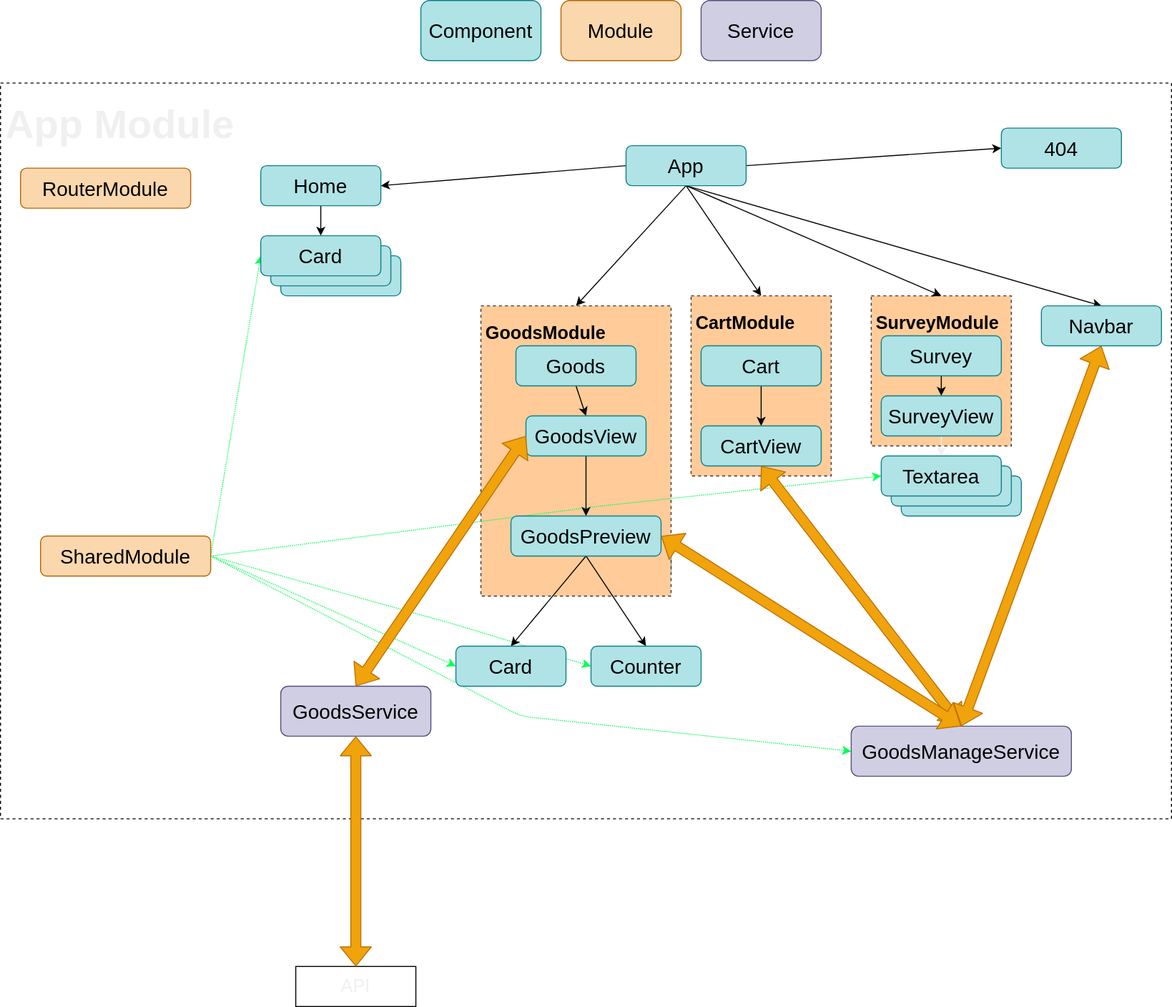
Above: demo-structure.drawio.svg in Jsyfer/angular-demo (draw.io), before the change. Source tidied: cells renumbered, new cells last; positions are measured from the earlier drawing's top-left corner, leaving out a move shared by most shapes.
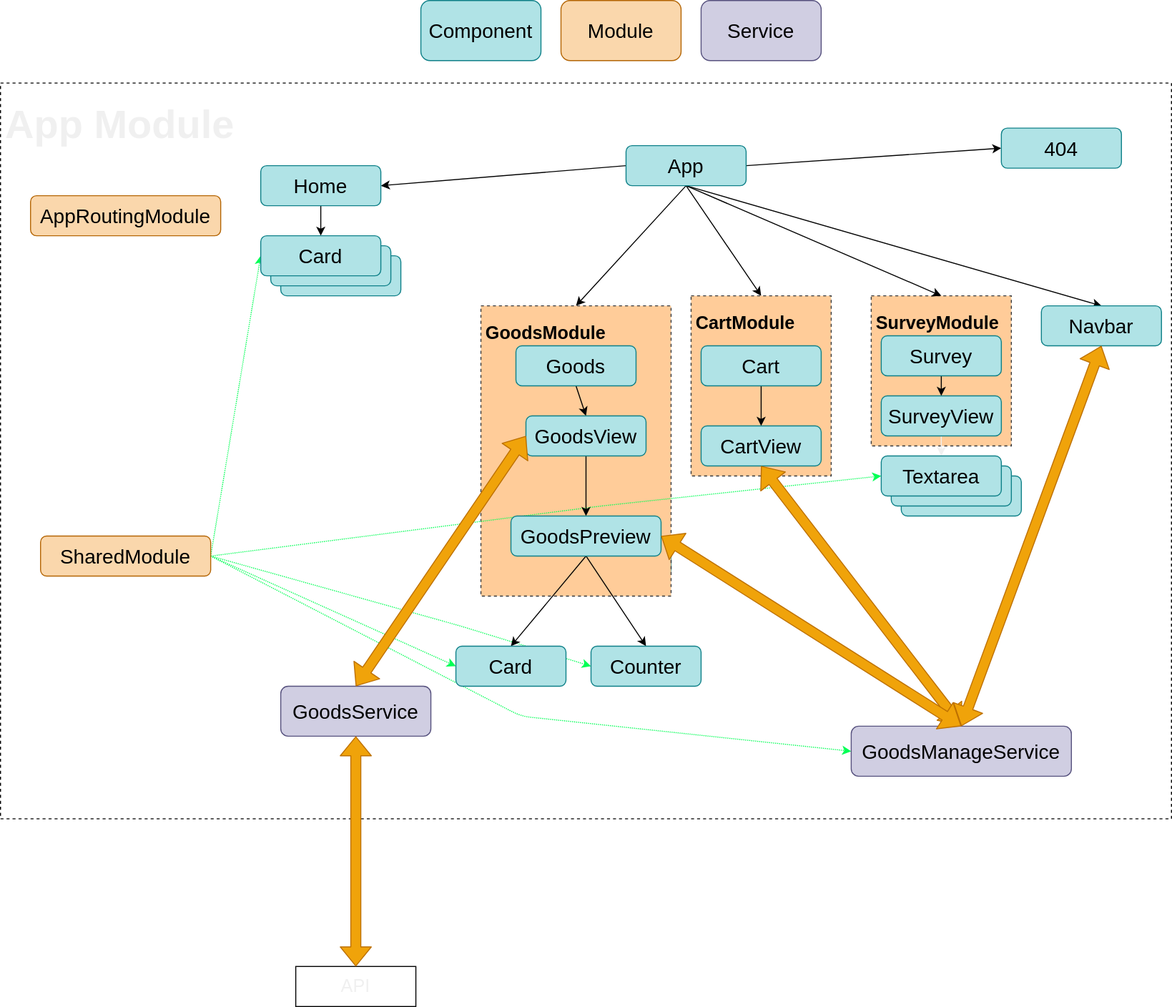
After the commit.

Diff of the diagram source:
```diff
@@ -59,8 +59,8 @@
     <mxCell id="20" value="&lt;font color=&quot;#000000&quot;&gt;&lt;span style=&quot;font-size: 20px&quot;&gt;Service&lt;/span&gt;&lt;/font&gt;" style="rounded=1;whiteSpace=wrap;html=1;fillColor=#d0cee2;strokeColor=#56517e;" parent="1" vertex="1">
       <mxGeometry x="700" width="120" height="60" as="geometry" />
     </mxCell>
-    <mxCell id="21" value="&lt;font color=&quot;#000000&quot;&gt;&lt;span style=&quot;font-size: 20px&quot;&gt;RouterModule&lt;/span&gt;&lt;/font&gt;" style="rounded=1;whiteSpace=wrap;html=1;fillColor=#fad7ac;strokeColor=#b46504;" parent="1" vertex="1">
-      <mxGeometry x="20" y="167.5" width="170" height="40" as="geometry" />
+    <mxCell id="21" value="&lt;font color=&quot;#000000&quot;&gt;&lt;span style=&quot;font-size: 20px&quot;&gt;AppRoutingModule&lt;/span&gt;&lt;/font&gt;" style="rounded=1;whiteSpace=wrap;html=1;fillColor=#fad7ac;strokeColor=#b46504;" parent="1" vertex="1">
+      <mxGeometry x="30" y="195" width="190" height="40" as="geometry" />
     </mxCell>
     <mxCell id="22" style="edgeStyle=none;html=1;exitX=0.5;exitY=1;exitDx=0;exitDy=0;" parent="1" edge="1" source="23" target="46">
       <mxGeometry relative="1" as="geometry" />
```
